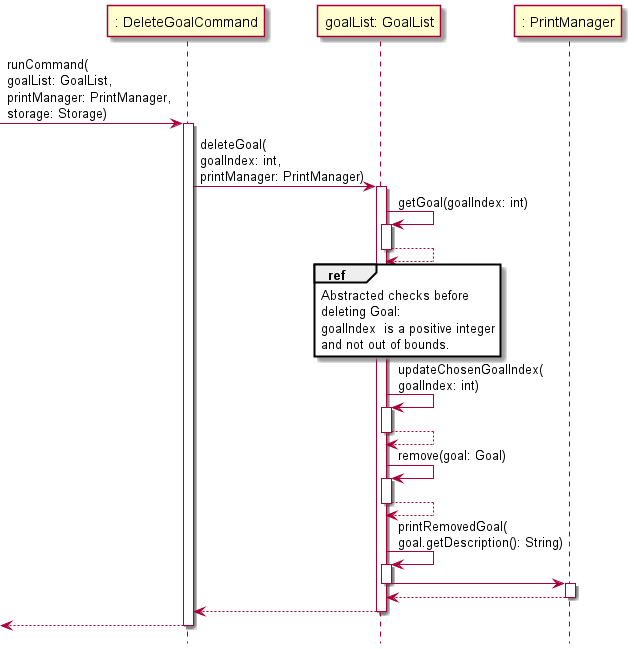
Earlier version of the PlantUML export docs/Diagram_Images/Implementation_Diagram_Images/DeleteGoalCommandSequenceDiagram.png (nus-cs2113-AY2122S1/tp).
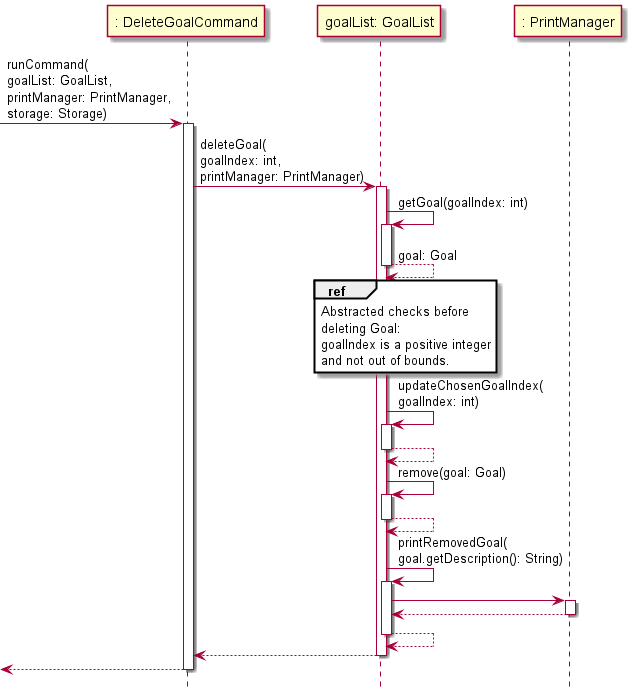
After the commit.

Change to the diagram source:
```diff
@@ -10,10 +10,10 @@
 
 "goalList: GoalList" -> "goalList: GoalList": getGoal(goalIndex: int)
 activate "goalList: GoalList"
-"goalList: GoalList" --> "goalList: GoalList"
+"goalList: GoalList" --> "goalList: GoalList": goal: Goal
 deactivate "goalList: GoalList"
 
-ref over "goalList: GoalList": Abstracted checks before\ndeleting Goal:\ngoalIndex  is a positive integer \nand not out of bounds.
+ref over "goalList: GoalList": Abstracted checks before\ndeleting Goal:\ngoalIndex is a positive integer \nand not out of bounds.
 
 "goalList: GoalList" -> "goalList: GoalList": updateChosenGoalIndex(\ngoalIndex: int)
 activate "goalList: GoalList"
@@ -29,11 +29,10 @@
 "goalList: GoalList" -> "goalList: GoalList": printRemovedGoal(\ngoal.getDescription(): String)
 activate "goalList: GoalList"
 "goalList: GoalList" -> ": PrintManager"
+activate ": PrintManager"
+return
+"goalList: GoalList" --> "goalList: GoalList"
 deactivate "goalList: GoalList"
-
-activate ": PrintManager"
-"goalList: GoalList" <-- ": PrintManager"
-deactivate ": PrintManager"
 
 return
 
```
